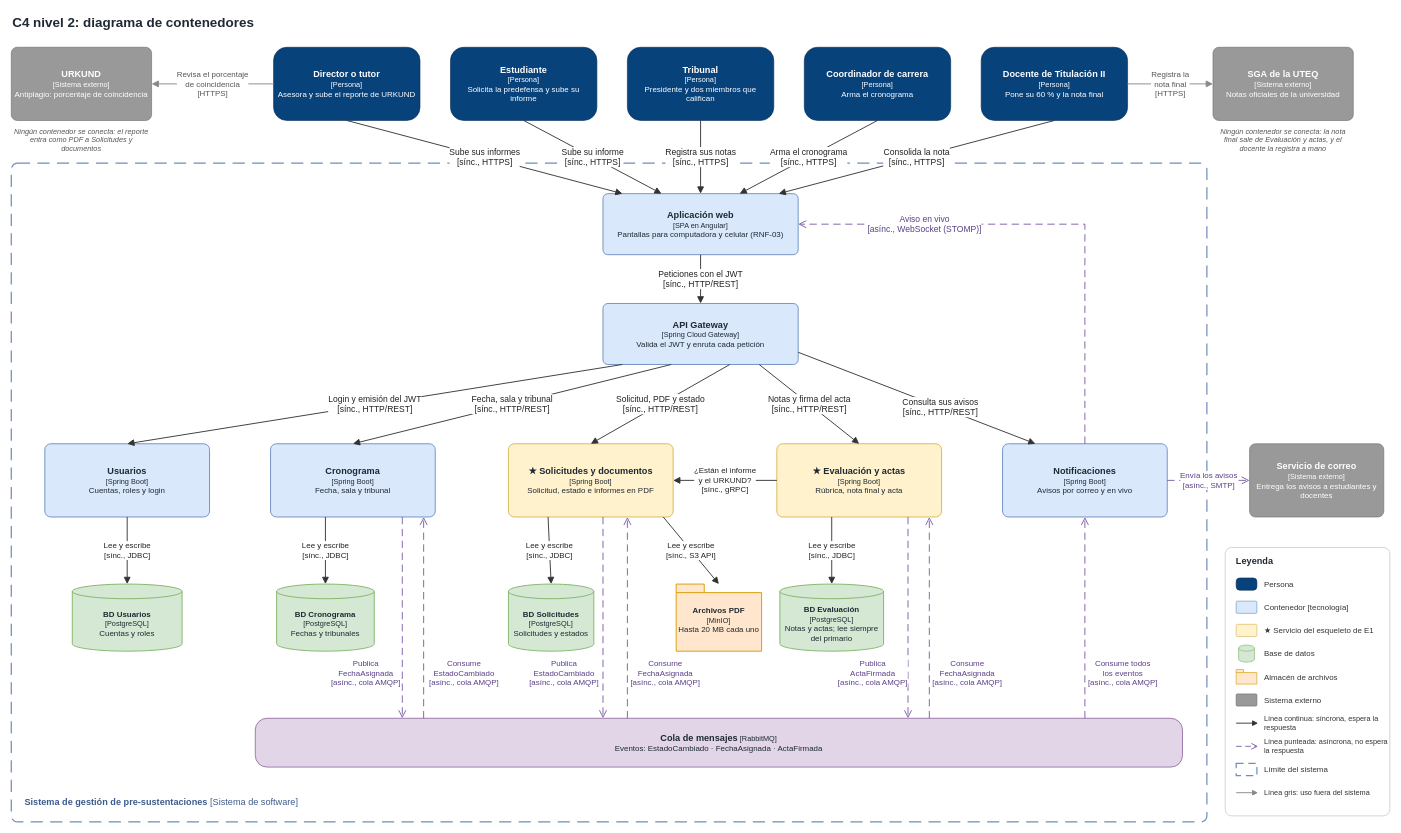
Earlier version of the draw.io diagram docs/diagramas/c4-nivel2-contenedores.drawio (reyshadow0/isr701-pfc). Source tidied: cells renumbered, new cells numbered last; positions are measured from the earlier drawing's top-left corner, leaving out a move shared by most shapes. Both pictures are drawn from the tidied source at 61%, with x=0, y=0 at pixel (11, 10).
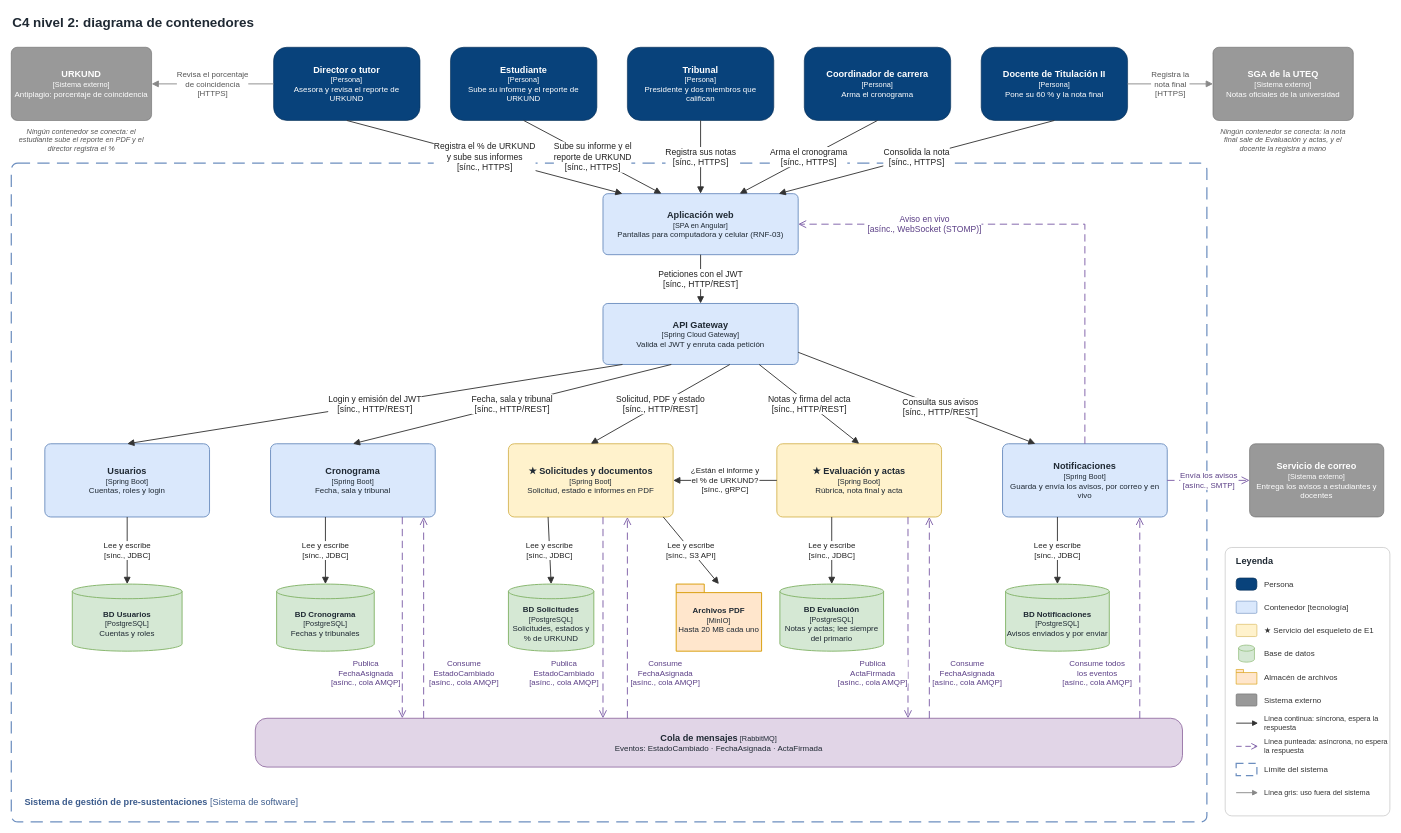
The same diagram, later.

Commit message (it also covers changes not shown here):
Subo diagramas actulizados a partir de la entrevista

Unchanged cells that the change refers to:
```xml
<mxCell id="14" value="&lt;b style=&quot;font-size:15px&quot;&gt;Aplicación web&lt;/b&gt;&lt;br&gt;&lt;span style=&quot;font-size:12px&quot;&gt;[SPA en Angular]&lt;/span&gt;&lt;br&gt;Pantallas para computadora y celular (RNF-03)" style="rounded=1;whiteSpace=wrap;html=1;arcSize=8;fillColor=#DAE8FC;strokeColor=#6C8EBF;strokeWidth=1.5;fontColor=#1F2933;fontSize=13;spacing=8;" parent="1" vertex="1">
  <mxGeometry x="970" y="300" width="320" height="100" as="geometry" />
</mxCell>
<mxCell id="18" value="&lt;b style=&quot;font-size:15px&quot;&gt;★ Solicitudes y documentos&lt;/b&gt;&lt;br&gt;&lt;span style=&quot;font-size:12px&quot;&gt;[Spring Boot]&lt;/span&gt;&lt;br&gt;Solicitud, estado e informes en PDF" style="rounded=1;whiteSpace=wrap;html=1;arcSize=8;fillColor=#FFF2CC;strokeColor=#D6B656;strokeWidth=1.5;fontColor=#1F2933;fontSize=13;spacing=8;" parent="1" vertex="1">
  <mxGeometry x="815" y="710" width="270" height="120" as="geometry" />
</mxCell>
<mxCell id="19" value="&lt;b style=&quot;font-size:15px&quot;&gt;★ Evaluación y actas&lt;/b&gt;&lt;br&gt;&lt;span style=&quot;font-size:12px&quot;&gt;[Spring Boot]&lt;/span&gt;&lt;br&gt;Rúbrica, nota final y acta" style="rounded=1;whiteSpace=wrap;html=1;arcSize=8;fillColor=#FFF2CC;strokeColor=#D6B656;strokeWidth=1.5;fontColor=#1F2933;fontSize=13;spacing=8;" parent="1" vertex="1">
  <mxGeometry x="1255" y="710" width="270" height="120" as="geometry" />
</mxCell>
<mxCell id="26" value="&lt;b style=&quot;font-size:15px&quot;&gt;Cola de mensajes&lt;/b&gt; &lt;span style=&quot;font-size:12px&quot;&gt;[RabbitMQ]&lt;/span&gt;&lt;br&gt;Eventos: EstadoCambiado · FechaAsignada · ActaFirmada" style="rounded=1;whiteSpace=wrap;html=1;arcSize=24;fillColor=#E1D5E7;strokeColor=#9673A6;strokeWidth=1.5;fontColor=#1F2933;fontSize=13;" parent="1" vertex="1">
  <mxGeometry x="400" y="1160" width="1520" height="80" as="geometry" />
</mxCell>
```

Change to the diagram source:
```diff
@@
-    <mxCell id="6" value="&lt;b style=&quot;font-size:15px&quot;&gt;Director o tutor&lt;/b&gt;&lt;br&gt;&lt;span style=&quot;font-size:12px&quot;&gt;[Persona]&lt;/span&gt;&lt;br&gt;Asesora y sube el reporte de URKUND" style="rounded=1;whiteSpace=wrap;html=1;arcSize=18;fillColor=#08427B;strokeColor=#052E56;fontColor=#FFFFFF;fontSize=13;spacing=6;" parent="1" vertex="1">
+    <mxCell id="6" value="&lt;b style=&quot;font-size:15px&quot;&gt;Director o tutor&lt;/b&gt;&lt;br&gt;&lt;span style=&quot;font-size:12px&quot;&gt;[Persona]&lt;/span&gt;&lt;br&gt;Asesora y revisa el reporte de URKUND" style="rounded=1;whiteSpace=wrap;html=1;arcSize=18;fillColor=#08427B;strokeColor=#052E56;fontColor=#FFFFFF;fontSize=13;spacing=6;" parent="1" vertex="1">
       <mxGeometry x="430" y="60" width="240" height="120" as="geometry" />
     </mxCell>
-    <mxCell id="7" value="&lt;b style=&quot;font-size:15px&quot;&gt;Estudiante&lt;/b&gt;&lt;br&gt;&lt;span style=&quot;font-size:12px&quot;&gt;[Persona]&lt;/span&gt;&lt;br&gt;Solicita la predefensa y sube su informe" style="rounded=1;whiteSpace=wrap;html=1;arcSize=18;fillColor=#08427B;strokeColor=#052E56;fontColor=#FFFFFF;fontSize=13;spacing=6;" parent="1" vertex="1">
+    <mxCell id="7" value="&lt;b style=&quot;font-size:15px&quot;&gt;Estudiante&lt;/b&gt;&lt;br&gt;&lt;span style=&quot;font-size:12px&quot;&gt;[Persona]&lt;/span&gt;&lt;br&gt;Sube su informe y el reporte de URKUND" style="rounded=1;whiteSpace=wrap;html=1;arcSize=18;fillColor=#08427B;strokeColor=#052E56;fontColor=#FFFFFF;fontSize=13;spacing=6;" parent="1" vertex="1">
       <mxGeometry x="720" y="60" width="240" height="120" as="geometry" />
     </mxCell>
@@
-    <mxCell id="12" value="Ningún contenedor se conecta: el reporte entra como PDF a Solicitudes y documentos" style="text;html=1;strokeColor=none;fillColor=none;align=center;verticalAlign=top;whiteSpace=wrap;fontSize=12;fontStyle=2;fontColor=#555555;" parent="1" vertex="1">
+    <mxCell id="12" value="Ningún contenedor se conecta: el estudiante sube el reporte en PDF y el director registra el %" style="text;html=1;strokeColor=none;fillColor=none;align=center;verticalAlign=top;whiteSpace=wrap;fontSize=12;fontStyle=2;fontColor=#555555;" parent="1" vertex="1">
       <mxGeometry y="184" width="230" height="56" as="geometry" />
     </mxCell>
@@
-    <mxCell id="20" value="&lt;b style=&quot;font-size:15px&quot;&gt;Notificaciones&lt;/b&gt;&lt;br&gt;&lt;span style=&quot;font-size:12px&quot;&gt;[Spring Boot]&lt;/span&gt;&lt;br&gt;Avisos por correo y en vivo" style="rounded=1;whiteSpace=wrap;html=1;arcSize=8;fillColor=#DAE8FC;strokeColor=#6C8EBF;strokeWidth=1.5;fontColor=#1F2933;fontSize=13;spacing=8;" parent="1" vertex="1">
+    <mxCell id="20" value="&lt;b style=&quot;font-size:15px&quot;&gt;Notificaciones&lt;/b&gt;&lt;br&gt;&lt;span style=&quot;font-size:12px&quot;&gt;[Spring Boot]&lt;/span&gt;&lt;br&gt;Guarda y envía los avisos, por correo y en vivo" style="rounded=1;whiteSpace=wrap;html=1;arcSize=8;fillColor=#DAE8FC;strokeColor=#6C8EBF;strokeWidth=1.5;fontColor=#1F2933;fontSize=13;spacing=8;" parent="1" vertex="1">
       <mxGeometry x="1625" y="710" width="270" height="120" as="geometry" />
     </mxCell>
@@
-    <mxCell id="23" value="&lt;b&gt;BD Solicitudes&lt;/b&gt;&lt;br&gt;&lt;span style=&quot;font-size:12px&quot;&gt;[PostgreSQL]&lt;/span&gt;&lt;br&gt;Solicitudes y estados" style="shape=cylinder3;whiteSpace=wrap;html=1;boundedLbl=1;backgroundOutline=1;size=12;fillColor=#D5E8D4;strokeColor=#82B366;strokeWidth=1.5;fontColor=#1F2933;fontSize=13;" parent="1" vertex="1">
+    <mxCell id="23" value="&lt;b&gt;BD Solicitudes&lt;/b&gt;&lt;br&gt;&lt;span style=&quot;font-size:12px&quot;&gt;[PostgreSQL]&lt;/span&gt;&lt;br&gt;Solicitudes, estados y % de URKUND" style="shape=cylinder3;whiteSpace=wrap;html=1;boundedLbl=1;backgroundOutline=1;size=12;fillColor=#D5E8D4;strokeColor=#82B366;strokeWidth=1.5;fontColor=#1F2933;fontSize=13;" parent="1" vertex="1">
       <mxGeometry x="815" y="940" width="140" height="110" as="geometry" />
     </mxCell>
@@
+    <mxCell id="78" value="&lt;b&gt;BD Notificaciones&lt;/b&gt;&lt;br&gt;&lt;span style=&quot;font-size:12px&quot;&gt;[PostgreSQL]&lt;/span&gt;&lt;br&gt;Avisos enviados y por enviar" style="shape=cylinder3;whiteSpace=wrap;html=1;boundedLbl=1;backgroundOutline=1;size=12;fillColor=#D5E8D4;strokeColor=#82B366;strokeWidth=1.5;fontColor=#1F2933;fontSize=13;" parent="1" vertex="1">
+      <mxGeometry x="1630" y="940" width="170" height="110" as="geometry" />
+    </mxCell>
@@
-    <mxCell id="30" value="Sube sus informes&lt;br&gt;[sínc., HTTPS]" style="endArrow=block;endFill=1;endSize=8;html=1;rounded=0;strokeColor=#333333;strokeWidth=1.5;fontSize=14;fontColor=#222222;labelBackgroundColor=#FFFFFF;exitX=0.5;exitY=1;entryX=0.1;entryY=0;" parent="1" edge="1" source="6" target="14">
+    <mxCell id="30" value="Registra el % de URKUND&lt;br&gt;y sube sus informes&lt;br&gt;[sínc., HTTPS]" style="endArrow=block;endFill=1;endSize=8;html=1;rounded=0;strokeColor=#333333;strokeWidth=1.5;fontSize=14;fontColor=#222222;labelBackgroundColor=#FFFFFF;exitX=0.5;exitY=1;entryX=0.1;entryY=0;" parent="1" edge="1" source="6" target="14">
       <mxGeometry relative="1" as="geometry" />
     </mxCell>
-    <mxCell id="31" value="Sube su informe&lt;br&gt;[sínc., HTTPS]" style="endArrow=block;endFill=1;endSize=8;html=1;rounded=0;strokeColor=#333333;strokeWidth=1.5;fontSize=14;fontColor=#222222;labelBackgroundColor=#FFFFFF;exitX=0.5;exitY=1;entryX=0.3;entryY=0;" parent="1" edge="1" source="7" target="14">
+    <mxCell id="31" value="Sube su informe y el&lt;br&gt;reporte de URKUND&lt;br&gt;[sínc., HTTPS]" style="endArrow=block;endFill=1;endSize=8;html=1;rounded=0;strokeColor=#333333;strokeWidth=1.5;fontSize=14;fontColor=#222222;labelBackgroundColor=#FFFFFF;exitX=0.5;exitY=1;entryX=0.3;entryY=0;" parent="1" edge="1" source="7" target="14">
       <mxGeometry relative="1" as="geometry" />
     </mxCell>
@@
-    <mxCell id="41" value="¿Están el informe&lt;br&gt;y el URKUND?&lt;br&gt;[sínc., gRPC]" style="endArrow=block;endFill=1;endSize=8;html=1;rounded=0;strokeColor=#333333;strokeWidth=1.5;fontSize=13;fontColor=#222222;labelBackgroundColor=#FFFFFF;exitX=0;exitY=0.5;entryX=1;entryY=0.5;" parent="1" edge="1" source="19" target="18">
+    <mxCell id="41" value="¿Están el informe y&lt;br&gt;el % de URKUND?&lt;br&gt;[sínc., gRPC]" style="endArrow=block;endFill=1;endSize=8;html=1;rounded=0;strokeColor=#333333;strokeWidth=1.5;fontSize=13;fontColor=#222222;labelBackgroundColor=#FFFFFF;exitX=0;exitY=0.5;entryX=1;entryY=0.5;" parent="1" edge="1" source="19" target="18">
       <mxGeometry relative="1" as="geometry" />
     </mxCell>
@@
+    <mxCell id="79" value="Lee y escribe&lt;br&gt;[sínc., JDBC]" style="endArrow=block;endFill=1;endSize=8;html=1;rounded=0;strokeColor=#333333;strokeWidth=1.5;fontSize=13;fontColor=#222222;labelBackgroundColor=#FFFFFF;exitX=0.3333;exitY=1;entryX=0.5;entryY=0;entryDx=0;entryDy=0;entryPerimeter=0;" parent="1" edge="1" source="20" target="78">
+      <mxGeometry relative="1" as="geometry" />
+    </mxCell>
@@
-    <mxCell id="53" value="Consume todos&lt;br&gt;los eventos&lt;br&gt;[asínc., cola AMQP]" style="endArrow=open;endFill=0;endSize=10;html=1;rounded=0;dashed=1;dashPattern=8 5;strokeColor=#7B5BA6;strokeWidth=1.5;fontSize=13;fontColor=#5B3F86;labelBackgroundColor=#FFFFFF;exitX=0.89474;exitY=0;entryX=0.5;entryY=1;" parent="1" edge="1" source="26" target="20">
+    <mxCell id="53" value="Consume todos&lt;br&gt;los eventos&lt;br&gt;[asínc., cola AMQP]" style="endArrow=open;endFill=0;endSize=10;html=1;rounded=0;dashed=1;dashPattern=8 5;strokeColor=#7B5BA6;strokeWidth=1.5;fontSize=13;fontColor=#5B3F86;labelBackgroundColor=#FFFFFF;exitX=0.95395;exitY=0;entryX=0.83333;entryY=1;" parent="1" edge="1" source="26" target="20">
       <mxGeometry x="-0.55" relative="1" as="geometry">
-        <mxPoint x="62" as="offset" />
+        <mxPoint x="-70" as="offset" />
       </mxGeometry>
     </mxCell>
```
